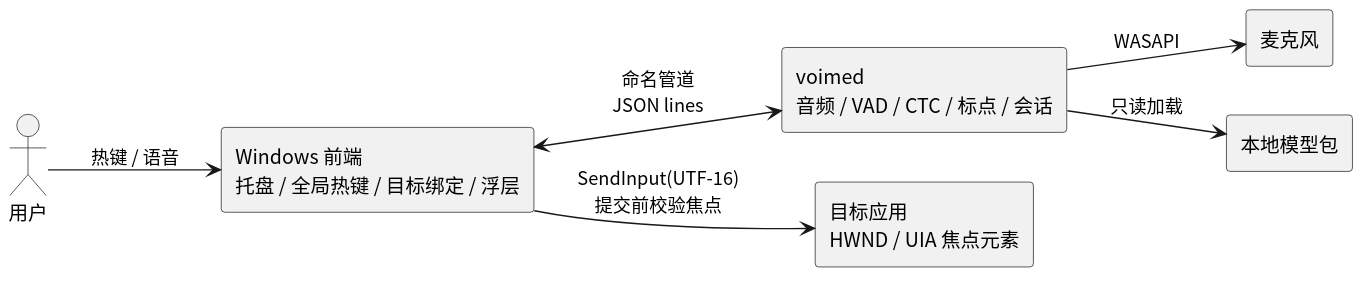
Earlier version of the PlantUML export diagram/windows-mvp.svg (54m43lJ/voime). The source it was exported from:
```plantuml
@startuml
skinparam defaultFontName "Noto Sans CJK SC"
skinparam shadowing false
skinparam componentStyle rectangle
left to right direction

actor "用户" as User
component "Windows 前端\n托盘 / 全局热键 / 目标绑定 / 浮层" as Frontend
component "voimed\n音频 / VAD / CTC / 标点 / 会话" as Daemon
component "目标应用\nHWND / UIA 焦点元素" as App
component "麦克风" as Mic
component "本地模型包" as Models

User --> Frontend : 热键 / 语音
Frontend <--> Daemon : 命名管道\nJSON lines
Frontend --> App : SendInput(UTF-16)\n提交前校验焦点
Daemon --> Mic : WASAPI
Daemon --> Models : 只读加载
@enduml
```
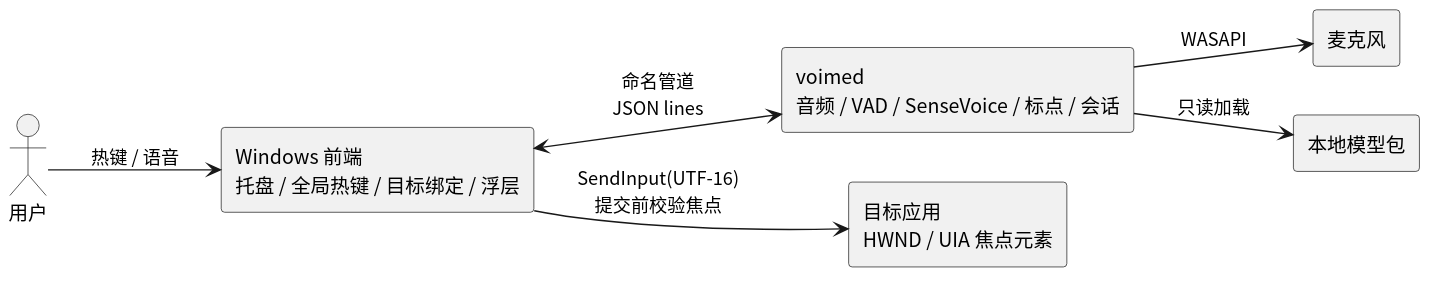
The same file after the commit.

The edit, as a diff of the source:
```diff
@@ -6,7 +6,7 @@
 
 actor "用户" as User
 component "Windows 前端\n托盘 / 全局热键 / 目标绑定 / 浮层" as Frontend
-component "voimed\n音频 / VAD / CTC / 标点 / 会话" as Daemon
+component "voimed\n音频 / VAD / SenseVoice / 标点 / 会话" as Daemon
 component "目标应用\nHWND / UIA 焦点元素" as App
 component "麦克风" as Mic
 component "本地模型包" as Models
```
